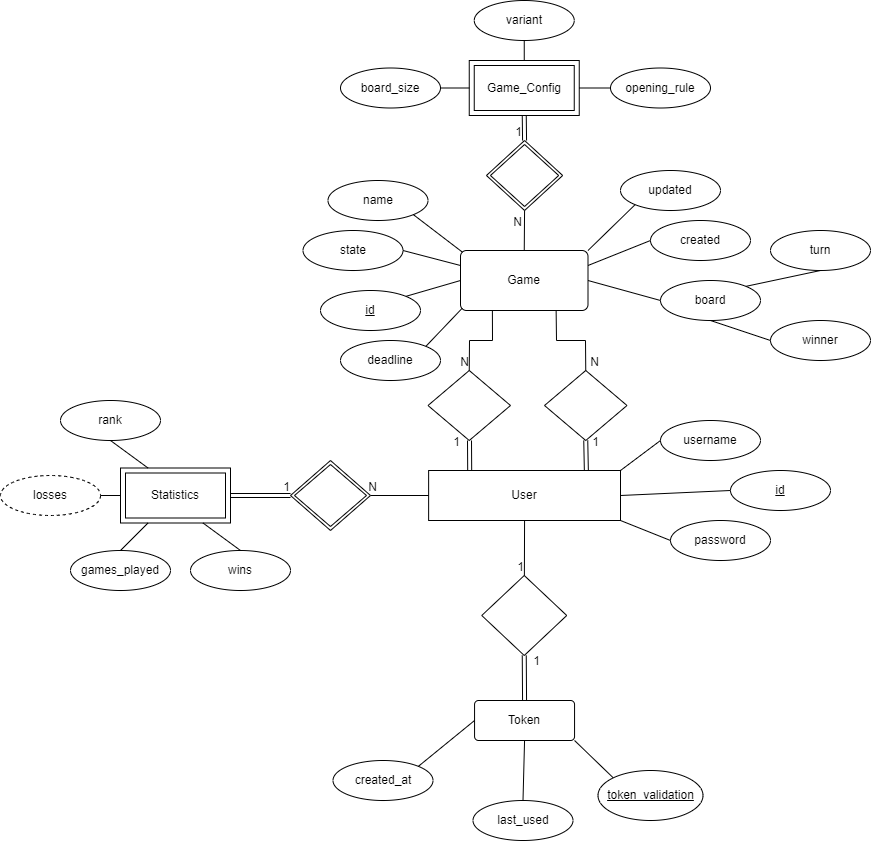
Earlier version of the draw.io export docs/diagrams/gomoku-er-diagram.png (Gongamax/Gomoku-Web). Source tidied: cells renumbered, new cells last; positions are measured from the earlier drawing's top-left corner, leaving out a move shared by most shapes.
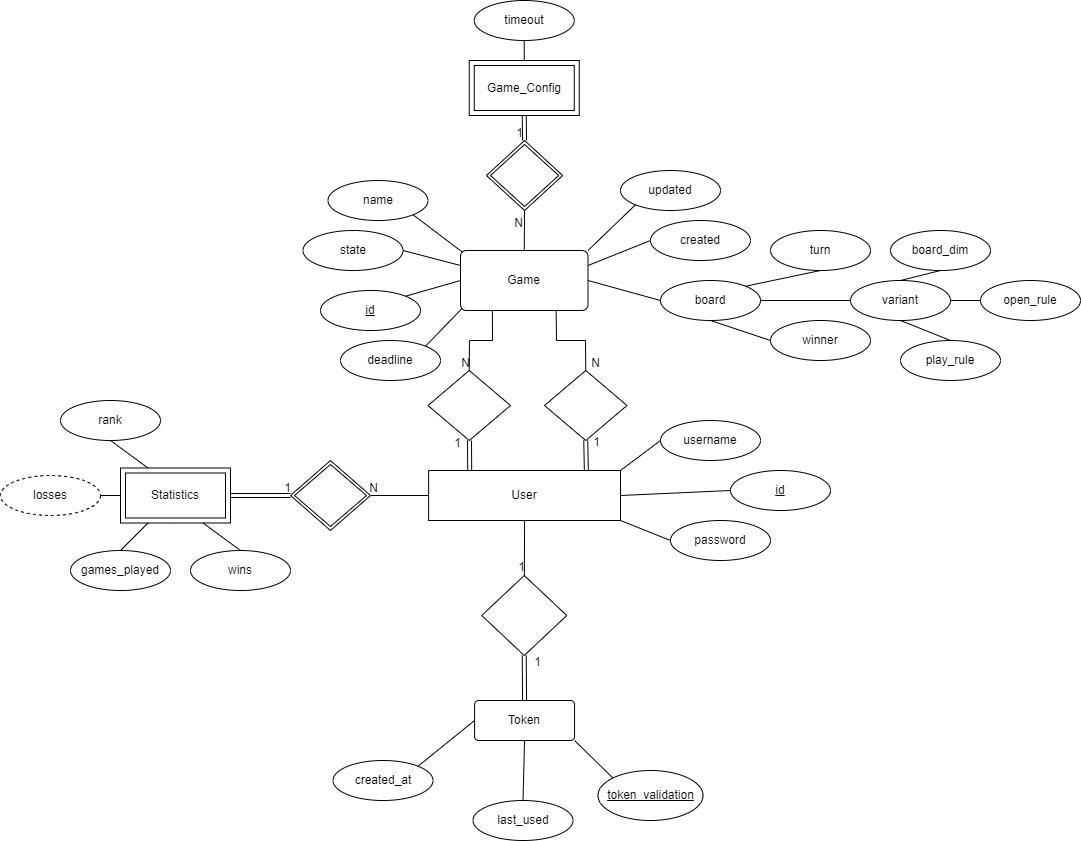
Above is the later version.

Change to the diagram source:
```diff
@@ -230,26 +230,38 @@
         <mxPoint x="-2" y="20" as="offset" />
       </mxGeometry>
     </mxCell>
-    <mxCell id="69" value="board_size" style="ellipse;whiteSpace=wrap;html=1;align=center;" parent="1" vertex="1">
-      <mxGeometry x="340" y="67.5" width="100" height="40" as="geometry" />
-    </mxCell>
-    <mxCell id="70" value="variant" style="ellipse;whiteSpace=wrap;html=1;align=center;" parent="1" vertex="1">
+    <mxCell id="70" value="timeout" style="ellipse;whiteSpace=wrap;html=1;align=center;" parent="1" vertex="1">
       <mxGeometry x="473.8" width="100" height="40" as="geometry" />
     </mxCell>
-    <mxCell id="71" value="opening_rule" style="ellipse;whiteSpace=wrap;html=1;align=center;" parent="1" vertex="1">
-      <mxGeometry x="610" y="67.5" width="100" height="40" as="geometry" />
-    </mxCell>
-    <mxCell id="72" style="endArrow=none;html=1;rounded=0;entryX=0;entryY=0.5;entryDx=0;entryDy=0;exitX=1;exitY=0.5;exitDx=0;exitDy=0;" parent="1" edge="1" source="59" target="71">
-      <mxGeometry relative="1" as="geometry" />
-    </mxCell>
     <mxCell id="73" style="endArrow=none;html=1;rounded=0;entryX=0.5;entryY=0;entryDx=0;entryDy=0;exitX=0.5;exitY=1;exitDx=0;exitDy=0;" parent="1" edge="1" source="70" target="59">
       <mxGeometry relative="1" as="geometry" />
     </mxCell>
-    <mxCell id="74" style="endArrow=none;html=1;rounded=0;entryX=0;entryY=0.5;entryDx=0;entryDy=0;exitX=1;exitY=0.5;exitDx=0;exitDy=0;" parent="1" edge="1" source="69" target="59">
-      <mxGeometry relative="1" as="geometry" />
-    </mxCell>
     <mxCell id="75" value="N" style="html=1;align=right;verticalAlign=bottom;" parent="1" vertex="1">
       <mxGeometry x="468.8" y="370" as="geometry" />
     </mxCell>
+    <mxCell id="76" value="variant" style="ellipse;whiteSpace=wrap;html=1;align=center;" parent="1" vertex="1">
+      <mxGeometry x="850" y="280" width="100" height="40" as="geometry" />
+    </mxCell>
+    <mxCell id="77" style="endArrow=none;html=1;rounded=0;entryX=1;entryY=0.5;entryDx=0;entryDy=0;exitX=0;exitY=0.5;exitDx=0;exitDy=0;" parent="1" edge="1" source="76" target="27">
+      <mxGeometry relative="1" as="geometry" />
+    </mxCell>
+    <mxCell id="78" style="endArrow=none;html=1;rounded=0;exitX=0.5;exitY=0;exitDx=0;exitDy=0;entryX=0.5;entryY=1;entryDx=0;entryDy=0;" parent="1" edge="1" source="76" target="79">
+      <mxGeometry relative="1" as="geometry" />
+    </mxCell>
+    <mxCell id="79" value="board_dim" style="ellipse;whiteSpace=wrap;html=1;align=center;" parent="1" vertex="1">
+      <mxGeometry x="890" y="230" width="100" height="40" as="geometry" />
+    </mxCell>
+    <mxCell id="80" style="endArrow=none;html=1;rounded=0;exitX=1;exitY=0.5;exitDx=0;exitDy=0;" parent="1" edge="1" source="76" target="81">
+      <mxGeometry relative="1" as="geometry" />
+    </mxCell>
+    <mxCell id="81" value="open_rule" style="ellipse;whiteSpace=wrap;html=1;align=center;" parent="1" vertex="1">
+      <mxGeometry x="980" y="280" width="100" height="40" as="geometry" />
+    </mxCell>
+    <mxCell id="82" value="play_rule" style="ellipse;whiteSpace=wrap;html=1;align=center;" parent="1" vertex="1">
+      <mxGeometry x="900" y="340" width="100" height="40" as="geometry" />
+    </mxCell>
+    <mxCell id="83" style="endArrow=none;html=1;rounded=0;entryX=0.5;entryY=1;entryDx=0;entryDy=0;exitX=0.5;exitY=0;exitDx=0;exitDy=0;" parent="1" edge="1" source="82" target="76">
+      <mxGeometry relative="1" as="geometry" />
+    </mxCell>
   </root>
 </mxGraphModel>
```
